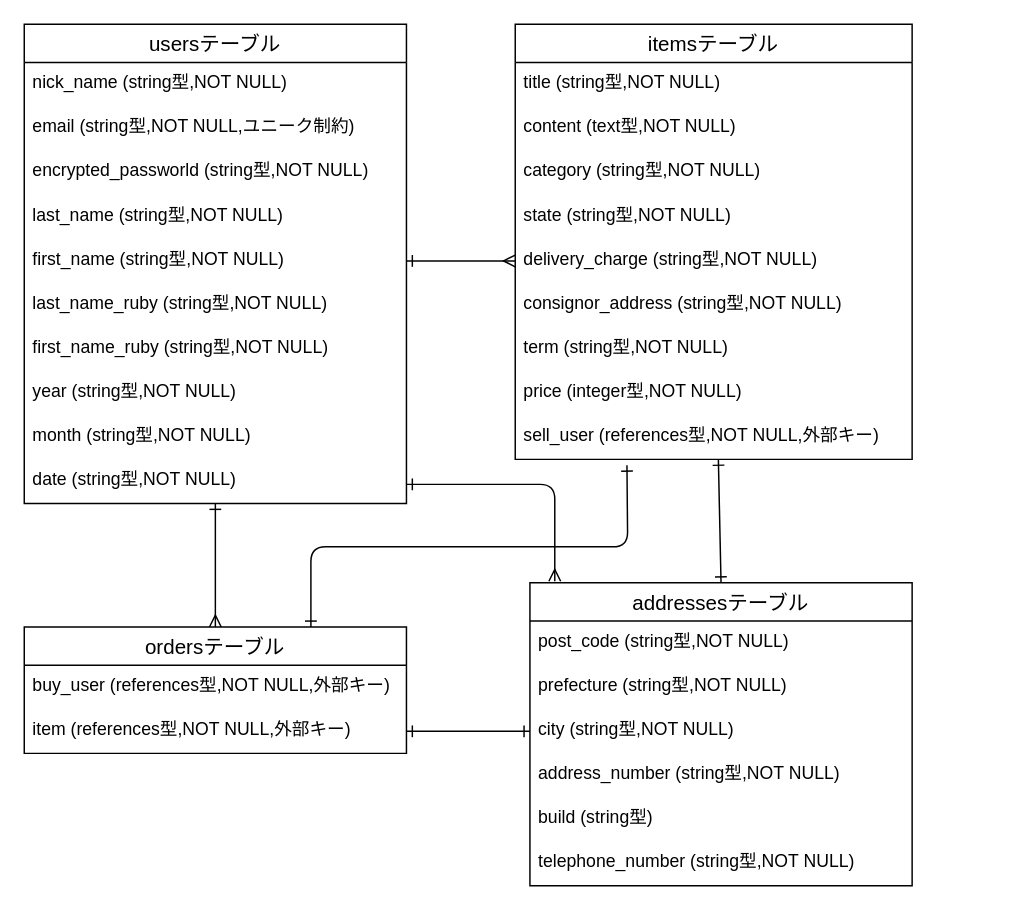
The draw.io diagram er.dio in harukakak/furima-37403, before the edit. Source tidied: cells renumbered, new cells numbered last; positions are measured from the earlier drawing's top-left corner, leaving out a move shared by most shapes. Both pictures are drawn from the tidied source at 147%, with x=0, y=0 at pixel (24, 24).
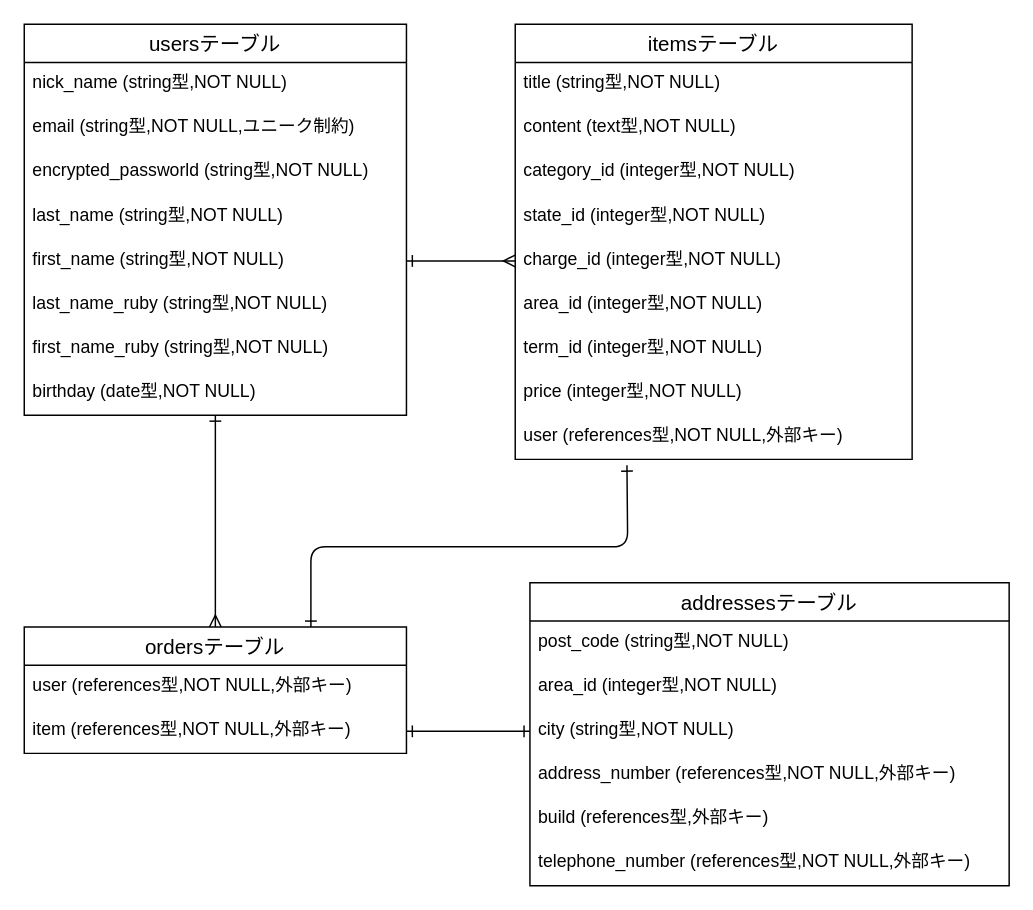
The same diagram, later.

The change refers to these unchanged cells:
```xml
<mxCell id="15" value="itemsテーブル" style="swimlane;fontStyle=0;horizontal=1;startSize=26;align=center;fontSize=14;" parent="1" vertex="1">
  <mxGeometry x="334" width="270" height="296" as="geometry" />
</mxCell>
<mxCell id="26" value="ordersテーブル" style="swimlane;fontStyle=0;horizontal=1;startSize=26;align=center;fontSize=14;" parent="1" vertex="1">
  <mxGeometry y="410" width="260" height="86" as="geometry" />
</mxCell>
```

Diff of the diagram source:
```diff
@@
     <mxCell id="3" value="usersテーブル" style="swimlane;fontStyle=0;horizontal=1;startSize=26;align=center;fontSize=14;" parent="1" vertex="1">
-      <mxGeometry width="260" height="326" as="geometry" />
+      <mxGeometry width="260" height="266" as="geometry" />
     </mxCell>
@@
-    <mxCell id="11" value="year (string型,NOT NULL)" style="text;strokeColor=none;fillColor=none;spacingLeft=4;spacingRight=4;overflow=hidden;fontSize=12;" parent="3" vertex="1">
+    <mxCell id="11" value="birthday (date型,NOT NULL)" style="text;strokeColor=none;fillColor=none;spacingLeft=4;spacingRight=4;overflow=hidden;fontSize=12;" parent="3" vertex="1">
       <mxGeometry y="236" width="260" height="30" as="geometry" />
     </mxCell>
-    <mxCell id="12" value="month (string型,NOT NULL)" style="text;strokeColor=none;fillColor=none;spacingLeft=4;spacingRight=4;overflow=hidden;fontSize=12;" parent="3" vertex="1">
-      <mxGeometry y="266" width="260" height="30" as="geometry" />
-    </mxCell>
-    <mxCell id="13" value="date (string型,NOT NULL)" style="text;strokeColor=none;fillColor=none;spacingLeft=4;spacingRight=4;overflow=hidden;fontSize=12;" parent="3" vertex="1">
-      <mxGeometry y="296" width="260" height="30" as="geometry" />
-    </mxCell>
-    <mxCell id="14" style="html=1;startArrow=ERone;startFill=0;endArrow=ERone;endFill=0;entryX=0.5;entryY=0;entryDx=0;entryDy=0;" parent="1" edge="1" source="15" target="29">
-      <mxGeometry relative="1" as="geometry" />
-    </mxCell>
@@
-    <mxCell id="18" value="category (string型,NOT NULL)" style="text;strokeColor=none;fillColor=none;spacingLeft=4;spacingRight=4;overflow=hidden;fontSize=12;" parent="15" vertex="1">
+    <mxCell id="18" value="category_id (integer型,NOT NULL)" style="text;strokeColor=none;fillColor=none;spacingLeft=4;spacingRight=4;overflow=hidden;fontSize=12;" parent="15" vertex="1">
       <mxGeometry y="86" width="270" height="30" as="geometry" />
     </mxCell>
-    <mxCell id="19" value="state (string型,NOT NULL)" style="text;strokeColor=none;fillColor=none;spacingLeft=4;spacingRight=4;overflow=hidden;fontSize=12;" parent="15" vertex="1">
+    <mxCell id="19" value="state_id (integer型,NOT NULL)" style="text;strokeColor=none;fillColor=none;spacingLeft=4;spacingRight=4;overflow=hidden;fontSize=12;" parent="15" vertex="1">
       <mxGeometry y="116" width="270" height="30" as="geometry" />
     </mxCell>
-    <mxCell id="20" value="delivery_charge (string型,NOT NULL)" style="text;strokeColor=none;fillColor=none;spacingLeft=4;spacingRight=4;overflow=hidden;points=[[0,0.5],[1,0.5]];portConstraint=eastwest;fontSize=12;" parent="15" vertex="1">
+    <mxCell id="20" value="charge_id (integer型,NOT NULL)" style="text;strokeColor=none;fillColor=none;spacingLeft=4;spacingRight=4;overflow=hidden;points=[[0,0.5],[1,0.5]];portConstraint=eastwest;fontSize=12;" parent="15" vertex="1">
       <mxGeometry y="146" width="270" height="30" as="geometry" />
     </mxCell>
-    <mxCell id="21" value="consignor_address (string型,NOT NULL)" style="text;strokeColor=none;fillColor=none;spacingLeft=4;spacingRight=4;overflow=hidden;fontSize=12;" parent="15" vertex="1">
+    <mxCell id="21" value="area_id (integer型,NOT NULL)" style="text;strokeColor=none;fillColor=none;spacingLeft=4;spacingRight=4;overflow=hidden;fontSize=12;" parent="15" vertex="1">
       <mxGeometry y="176" width="270" height="30" as="geometry" />
     </mxCell>
-    <mxCell id="22" value="term (string型,NOT NULL)" style="text;strokeColor=none;fillColor=none;spacingLeft=4;spacingRight=4;overflow=hidden;fontSize=12;" parent="15" vertex="1">
+    <mxCell id="22" value="term_id (integer型,NOT NULL)" style="text;strokeColor=none;fillColor=none;spacingLeft=4;spacingRight=4;overflow=hidden;fontSize=12;" parent="15" vertex="1">
       <mxGeometry y="206" width="270" height="30" as="geometry" />
     </mxCell>
@@
-    <mxCell id="24" value="sell_user (references型,NOT NULL,外部キー)" style="text;strokeColor=none;fillColor=none;spacingLeft=4;spacingRight=4;overflow=hidden;fontSize=12;" parent="15" vertex="1">
+    <mxCell id="24" value="user (references型,NOT NULL,外部キー)" style="text;strokeColor=none;fillColor=none;spacingLeft=4;spacingRight=4;overflow=hidden;fontSize=12;" parent="15" vertex="1">
       <mxGeometry y="266" width="270" height="30" as="geometry" />
     </mxCell>
@@
-    <mxCell id="27" value="buy_user (references型,NOT NULL,外部キー)" style="text;strokeColor=none;fillColor=none;spacingLeft=4;spacingRight=4;overflow=hidden;fontSize=12;" parent="26" vertex="1">
+    <mxCell id="27" value="user (references型,NOT NULL,外部キー)" style="text;strokeColor=none;fillColor=none;spacingLeft=4;spacingRight=4;overflow=hidden;fontSize=12;" parent="26" vertex="1">
       <mxGeometry y="26" width="260" height="30" as="geometry" />
     </mxCell>
@@
     <mxCell id="29" value="addressesテーブル" style="swimlane;fontStyle=0;horizontal=1;startSize=26;align=center;fontSize=14;" parent="1" vertex="1">
-      <mxGeometry x="344" y="380" width="260" height="206" as="geometry" />
+      <mxGeometry x="344" y="380" width="326" height="206" as="geometry" />
     </mxCell>
     <mxCell id="30" value="post_code (string型,NOT NULL)" style="text;strokeColor=none;fillColor=none;spacingLeft=4;spacingRight=4;overflow=hidden;fontSize=12;" parent="29" vertex="1">
-      <mxGeometry y="26" width="260" height="30" as="geometry" />
+      <mxGeometry y="26" width="326" height="30" as="geometry" />
     </mxCell>
-    <mxCell id="31" value="prefecture (string型,NOT NULL)" style="text;strokeColor=none;fillColor=none;spacingLeft=4;spacingRight=4;overflow=hidden;fontSize=12;" parent="29" vertex="1">
-      <mxGeometry y="56" width="260" height="30" as="geometry" />
+    <mxCell id="31" value="area_id (integer型,NOT NULL)" style="text;strokeColor=none;fillColor=none;spacingLeft=4;spacingRight=4;overflow=hidden;fontSize=12;" parent="29" vertex="1">
+      <mxGeometry y="56" width="326" height="30" as="geometry" />
     </mxCell>
     <mxCell id="32" value="city (string型,NOT NULL)" style="text;strokeColor=none;fillColor=none;spacingLeft=4;spacingRight=4;overflow=hidden;points=[[0,0.5],[1,0.5]];portConstraint=eastwest;fontSize=12;" parent="29" vertex="1">
-      <mxGeometry y="86" width="260" height="30" as="geometry" />
+      <mxGeometry y="86" width="326" height="30" as="geometry" />
     </mxCell>
-    <mxCell id="33" value="address_number (string型,NOT NULL)" style="text;strokeColor=none;fillColor=none;spacingLeft=4;spacingRight=4;overflow=hidden;fontSize=12;" parent="29" vertex="1">
-      <mxGeometry y="116" width="260" height="30" as="geometry" />
+    <mxCell id="33" value="address_number (references型,NOT NULL,外部キー)" style="text;strokeColor=none;fillColor=none;spacingLeft=4;spacingRight=4;overflow=hidden;fontSize=12;" parent="29" vertex="1">
+      <mxGeometry y="116" width="326" height="30" as="geometry" />
     </mxCell>
-    <mxCell id="34" value="build (string型)" style="text;strokeColor=none;fillColor=none;spacingLeft=4;spacingRight=4;overflow=hidden;fontSize=12;" parent="29" vertex="1">
-      <mxGeometry y="146" width="260" height="30" as="geometry" />
+    <mxCell id="34" value="build (references型,外部キー)" style="text;strokeColor=none;fillColor=none;spacingLeft=4;spacingRight=4;overflow=hidden;fontSize=12;" parent="29" vertex="1">
+      <mxGeometry y="146" width="326" height="30" as="geometry" />
     </mxCell>
-    <mxCell id="35" value="telephone_number (string型,NOT NULL)" style="text;strokeColor=none;fillColor=none;spacingLeft=4;spacingRight=4;overflow=hidden;fontSize=12;" parent="29" vertex="1">
-      <mxGeometry y="176" width="260" height="30" as="geometry" />
+    <mxCell id="35" value="telephone_number (references型,NOT NULL,外部キー)" style="text;strokeColor=none;fillColor=none;spacingLeft=4;spacingRight=4;overflow=hidden;fontSize=12;" parent="29" vertex="1">
+      <mxGeometry y="176" width="326" height="30" as="geometry" />
     </mxCell>
@@
-    <mxCell id="37" style="edgeStyle=orthogonalEdgeStyle;html=1;exitX=1;exitY=0.5;exitDx=0;exitDy=0;entryX=0.065;entryY=-0.015;entryDx=0;entryDy=0;entryPerimeter=0;startArrow=ERone;startFill=0;endArrow=ERmany;endFill=0;" parent="1" edge="1">
-      <mxGeometry relative="1" as="geometry">
-        <mxPoint x="260" y="313" as="sourcePoint" />
-        <mxPoint x="360.9" y="378.9" as="targetPoint" />
-        <Array as="points">
-          <mxPoint x="361" y="313" />
-        </Array>
-      </mxGeometry>
-    </mxCell>
```
